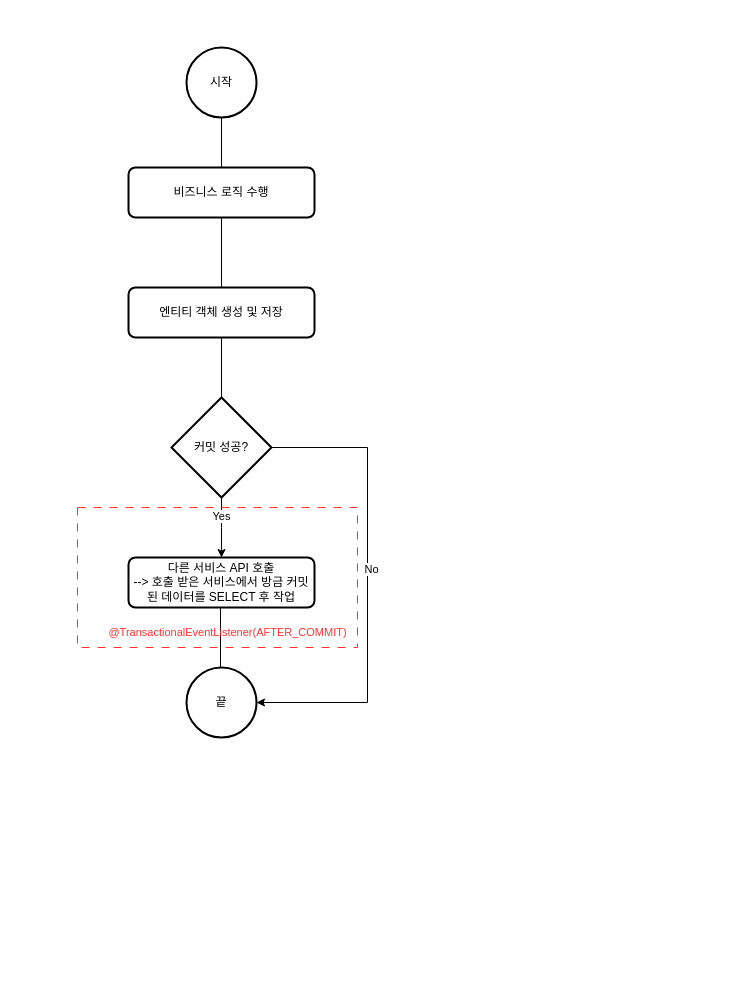
Above: transactional-event-listener.drawio in kindtiger95/drawio (draw.io), before the change. Source tidied: cells renumbered, new cells numbered last; positions are measured from the earlier drawing's top-left corner, leaving out a move shared by most shapes. Both pictures are drawn from the tidied source at 100%, with x=0, y=0 at pixel (77, 47).
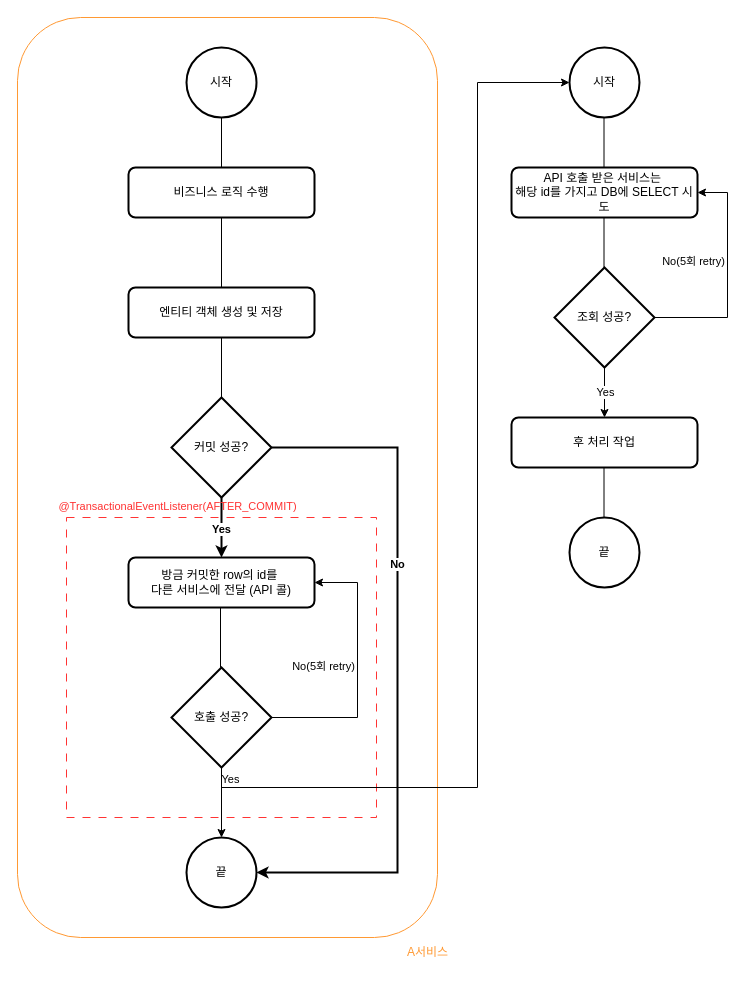
Above is the later version.

The change refers to these unchanged cells:
```xml
<mxCell id="10" value="커밋 성공?" style="strokeWidth=2;html=1;shape=mxgraph.flowchart.decision;whiteSpace=wrap;" parent="1" vertex="1">
  <mxGeometry x="94" y="350" width="100" height="100" as="geometry" />
</mxCell>
```

Change to the diagram source:
```diff
@@
+    <mxCell id="18" style="rounded=1;whiteSpace=wrap;html=1;fillColor=none;strokeColor=#FF9933;" parent="1" vertex="1">
+      <mxGeometry x="-60" y="-30" width="420" height="920" as="geometry" />
+    </mxCell>
+    <mxCell id="16" style="rounded=0;whiteSpace=wrap;html=1;fillColor=none;strokeColor=#FF3333;dashed=1;dashPattern=8 8;" parent="1" vertex="1">
+      <mxGeometry x="-11" y="470" width="310" height="300" as="geometry" />
+    </mxCell>
@@
     <mxCell id="5" value="끝" style="strokeWidth=2;html=1;shape=mxgraph.flowchart.start_2;whiteSpace=wrap;" parent="1" vertex="1">
-      <mxGeometry x="109" y="620" width="70" height="70" as="geometry" />
+      <mxGeometry x="492" y="470" width="70" height="70" as="geometry" />
     </mxCell>
@@
-    <mxCell id="8" style="edgeStyle=orthogonalEdgeStyle;rounded=0;jettySize=auto;html=1;exitX=0.5;exitY=1;exitDx=0;exitDy=0;exitPerimeter=0;" parent="1" edge="1" source="10">
+    <mxCell id="8" style="edgeStyle=orthogonalEdgeStyle;rounded=0;jettySize=auto;html=1;exitX=0.5;exitY=1;exitDx=0;exitDy=0;exitPerimeter=0;strokeWidth=2;" parent="1" edge="1" source="10">
       <mxGeometry relative="1" as="geometry">
         <mxPoint x="144" y="510" as="targetPoint" />
       </mxGeometry>
     </mxCell>
-    <mxCell id="9" value="Yes" style="edgeLabel;html=1;align=center;verticalAlign=middle;" parent="8" vertex="1">
-      <mxGeometry x="-0.41" y="-1" relative="1" as="geometry" />
+    <mxCell id="9" value="Yes" style="edgeLabel;html=1;align=center;verticalAlign=middle;fontStyle=1;" parent="8" vertex="1">
+      <mxGeometry x="-0.41" y="-1" relative="1" as="geometry">
+        <mxPoint y="13" as="offset" />
+      </mxGeometry>
     </mxCell>
@@
-    <mxCell id="12" value="다른 서비스 API 호출&lt;div&gt;--&amp;gt; 호출 받은 서비스에서 방금 커밋된 데이터를 SELECT 후 작업&lt;/div&gt;" style="rounded=1;whiteSpace=wrap;html=1;absoluteArcSize=1;arcSize=14;strokeWidth=2;" parent="1" vertex="1">
+    <mxCell id="12" value="방금 커밋한 row의 id를&amp;nbsp;&lt;div&gt;다른&amp;nbsp;&lt;span style=&quot;background-color: initial;&quot;&gt;서비스에 전달 (API 콜)&lt;/span&gt;&lt;/div&gt;" style="rounded=1;whiteSpace=wrap;html=1;absoluteArcSize=1;arcSize=14;strokeWidth=2;" parent="1" vertex="1">
       <mxGeometry x="51" y="510" width="186" height="50" as="geometry" />
     </mxCell>
-    <mxCell id="13" style="edgeStyle=orthogonalEdgeStyle;rounded=0;jettySize=auto;html=1;exitX=1;exitY=0.5;exitDx=0;exitDy=0;exitPerimeter=0;entryX=1;entryY=0.5;entryDx=0;entryDy=0;entryPerimeter=0;" parent="1" edge="1" source="10" target="5">
-      <mxGeometry relative="1" as="geometry">
-        <Array as="points">
-          <mxPoint x="290" y="400" />
-          <mxPoint x="290" y="655" />
-        </Array>
-      </mxGeometry>
-    </mxCell>
+    <mxCell id="15" style="endArrow=none;html=1;rounded=0;entryX=0.5;entryY=1;entryDx=0;entryDy=0;exitX=0.5;exitY=0;exitDx=0;exitDy=0;exitPerimeter=0;" parent="1" edge="1">
+      <mxGeometry relative="1" as="geometry">
+        <mxPoint x="143" y="620" as="sourcePoint" />
+        <mxPoint x="143" y="560" as="targetPoint" />
+      </mxGeometry>
+    </mxCell>
+    <mxCell id="19" value="API 호출 받은 서비스는&amp;nbsp;&lt;div&gt;해당 id를 가지고 DB에 SELECT 시도&lt;/div&gt;" style="rounded=1;whiteSpace=wrap;html=1;absoluteArcSize=1;arcSize=14;strokeWidth=2;" parent="1" vertex="1">
+      <mxGeometry x="434" y="120" width="186" height="50" as="geometry" />
+    </mxCell>
+    <mxCell id="20" style="edgeStyle=orthogonalEdgeStyle;rounded=0;jettySize=auto;html=1;exitX=1;exitY=0.5;exitDx=0;exitDy=0;exitPerimeter=0;entryX=1;entryY=0.5;entryDx=0;entryDy=0;" parent="1" edge="1" source="24" target="19">
+      <mxGeometry relative="1" as="geometry">
+        <Array as="points">
+          <mxPoint x="650" y="270" />
+          <mxPoint x="650" y="145" />
+        </Array>
+      </mxGeometry>
+    </mxCell>
+    <mxCell id="21" value="No(5회 retry)" style="edgeLabel;html=1;align=center;verticalAlign=middle;" parent="20" vertex="1">
+      <mxGeometry x="0.15" y="-6" relative="1" as="geometry">
+        <mxPoint x="-41" y="1" as="offset" />
+      </mxGeometry>
+    </mxCell>
+    <mxCell id="22" style="edgeStyle=orthogonalEdgeStyle;rounded=0;jettySize=auto;html=1;exitX=0.5;exitY=1;exitDx=0;exitDy=0;exitPerimeter=0;entryX=0.5;entryY=0;entryDx=0;entryDy=0;" parent="1" edge="1" source="24" target="25">
+      <mxGeometry relative="1" as="geometry" />
+    </mxCell>
+    <mxCell id="23" value="Yes" style="edgeLabel;html=1;align=center;verticalAlign=middle;" parent="22" vertex="1">
+      <mxGeometry x="-0.24" y="4" relative="1" as="geometry">
+        <mxPoint x="-4" y="5" as="offset" />
+      </mxGeometry>
+    </mxCell>
+    <mxCell id="24" value="조회 성공?" style="strokeWidth=2;html=1;shape=mxgraph.flowchart.decision;whiteSpace=wrap;" parent="1" vertex="1">
+      <mxGeometry x="477" y="220" width="100" height="100" as="geometry" />
+    </mxCell>
+    <mxCell id="25" value="후 처리 작업" style="rounded=1;whiteSpace=wrap;html=1;absoluteArcSize=1;arcSize=14;strokeWidth=2;" parent="1" vertex="1">
+      <mxGeometry x="434" y="370" width="186" height="50" as="geometry" />
+    </mxCell>
+    <mxCell id="26" value="끝" style="strokeWidth=2;html=1;shape=mxgraph.flowchart.start_2;whiteSpace=wrap;" parent="1" vertex="1">
+      <mxGeometry x="109" y="790" width="70" height="70" as="geometry" />
+    </mxCell>
+    <mxCell id="27" value="시작" style="strokeWidth=2;html=1;shape=mxgraph.flowchart.start_2;whiteSpace=wrap;" parent="1" vertex="1">
+      <mxGeometry x="492" width="70" height="70" as="geometry" />
+    </mxCell>
+    <mxCell id="28" style="edgeStyle=orthogonalEdgeStyle;rounded=0;jettySize=auto;html=1;exitX=1;exitY=0.5;exitDx=0;exitDy=0;exitPerimeter=0;entryX=1;entryY=0.5;entryDx=0;entryDy=0;" parent="1" edge="1" source="30" target="12">
+      <mxGeometry relative="1" as="geometry">
+        <Array as="points">
+          <mxPoint x="280" y="670" />
+          <mxPoint x="280" y="535" />
+        </Array>
+      </mxGeometry>
+    </mxCell>
+    <mxCell id="29" value="No(5회 retry)" style="edgeLabel;html=1;align=center;verticalAlign=middle;" parent="28" vertex="1">
+      <mxGeometry x="-0.46" y="3" relative="1" as="geometry">
+        <mxPoint x="-20" y="-49" as="offset" />
+      </mxGeometry>
+    </mxCell>
+    <mxCell id="30" value="호출 성공?" style="strokeWidth=2;html=1;shape=mxgraph.flowchart.decision;whiteSpace=wrap;" parent="1" vertex="1">
+      <mxGeometry x="94" y="620" width="100" height="100" as="geometry" />
+    </mxCell>
+    <mxCell id="31" style="edgeStyle=orthogonalEdgeStyle;rounded=0;jettySize=auto;html=1;exitX=0.5;exitY=1;exitDx=0;exitDy=0;exitPerimeter=0;entryX=0.5;entryY=0;entryDx=0;entryDy=0;entryPerimeter=0;" parent="1" edge="1" source="30" target="26">
+      <mxGeometry relative="1" as="geometry" />
+    </mxCell>
+    <mxCell id="32" value="Yes" style="edgeLabel;html=1;align=center;verticalAlign=middle;" parent="31" vertex="1">
+      <mxGeometry x="-0.2" y="2" relative="1" as="geometry">
+        <mxPoint x="6" y="-17" as="offset" />
+      </mxGeometry>
+    </mxCell>
+    <mxCell id="33" style="edgeStyle=orthogonalEdgeStyle;rounded=0;jettySize=auto;html=1;exitX=0.5;exitY=1;exitDx=0;exitDy=0;exitPerimeter=0;entryX=0;entryY=0.5;entryDx=0;entryDy=0;entryPerimeter=0;" parent="1" edge="1" source="30" target="27">
+      <mxGeometry relative="1" as="geometry">
+        <Array as="points">
+          <mxPoint x="144" y="740" />
+          <mxPoint x="400" y="740" />
+          <mxPoint x="400" y="35" />
+        </Array>
+      </mxGeometry>
+    </mxCell>
+    <mxCell id="34" style="endArrow=none;html=1;rounded=0;entryX=0.5;entryY=1;entryDx=0;entryDy=0;entryPerimeter=0;exitX=0.5;exitY=0;exitDx=0;exitDy=0;" parent="1" edge="1">
+      <mxGeometry relative="1" as="geometry">
+        <mxPoint x="526.5" y="120" as="sourcePoint" />
+        <mxPoint x="526.5" y="70" as="targetPoint" />
+      </mxGeometry>
+    </mxCell>
+    <mxCell id="35" style="endArrow=none;html=1;rounded=0;entryX=0.5;entryY=1;entryDx=0;entryDy=0;entryPerimeter=0;exitX=0.5;exitY=0;exitDx=0;exitDy=0;" parent="1" edge="1">
+      <mxGeometry relative="1" as="geometry">
+        <mxPoint x="526.5" y="220" as="sourcePoint" />
+        <mxPoint x="526.5" y="170" as="targetPoint" />
+      </mxGeometry>
+    </mxCell>
+    <mxCell id="36" style="endArrow=none;html=1;rounded=0;entryX=0.5;entryY=1;entryDx=0;entryDy=0;entryPerimeter=0;exitX=0.5;exitY=0;exitDx=0;exitDy=0;" parent="1" edge="1">
+      <mxGeometry relative="1" as="geometry">
+        <mxPoint x="526.5" y="470" as="sourcePoint" />
+        <mxPoint x="526.5" y="420" as="targetPoint" />
+      </mxGeometry>
+    </mxCell>
+    <mxCell id="37" value="&lt;font color=&quot;#ff9933&quot;&gt;A서비스&lt;/font&gt;" style="text;html=1;align=center;verticalAlign=middle;strokeColor=none;fillColor=none;" parent="1" vertex="1">
+      <mxGeometry x="320" y="890" width="60" height="30" as="geometry" />
+    </mxCell>
+    <mxCell id="38" style="edgeStyle=orthogonalEdgeStyle;rounded=0;jettySize=auto;html=1;exitX=1;exitY=0.5;exitDx=0;exitDy=0;exitPerimeter=0;entryX=1;entryY=0.5;entryDx=0;entryDy=0;entryPerimeter=0;strokeWidth=2;" parent="1" edge="1" source="10" target="26">
+      <mxGeometry relative="1" as="geometry">
+        <Array as="points">
+          <mxPoint x="320" y="400" />
+          <mxPoint x="320" y="825" />
+        </Array>
+      </mxGeometry>
+    </mxCell>
-    <mxCell id="14" value="No" style="edgeLabel;html=1;align=center;verticalAlign=middle;" parent="13" vertex="1">
-      <mxGeometry x="-0.06" y="3" relative="1" as="geometry" />
+    <mxCell id="14" value="&lt;b&gt;No&lt;/b&gt;" style="edgeLabel;html=1;align=center;verticalAlign=middle;" parent="38" vertex="1">
+      <mxGeometry x="-0.3" y="4" relative="1" as="geometry">
+        <mxPoint x="-5" as="offset" />
+      </mxGeometry>
     </mxCell>
-    <mxCell id="15" style="endArrow=none;html=1;rounded=0;entryX=0.5;entryY=1;entryDx=0;entryDy=0;exitX=0.5;exitY=0;exitDx=0;exitDy=0;exitPerimeter=0;" parent="1" edge="1">
-      <mxGeometry relative="1" as="geometry">
-        <mxPoint x="143" y="620" as="sourcePoint" />
-        <mxPoint x="143" y="560" as="targetPoint" />
-      </mxGeometry>
-    </mxCell>
-    <mxCell id="16" style="rounded=0;whiteSpace=wrap;html=1;fillColor=none;strokeColor=#FF3333;dashed=1;dashPattern=8 8;" parent="1" vertex="1">
-      <mxGeometry y="460" width="280" height="140" as="geometry" />
-    </mxCell>
     <mxCell id="17" value="@TransactionalEventListener(AFTER_COMMIT)" style="text;html=1;align=center;verticalAlign=middle;strokeColor=none;fillColor=none;fontSize=11;fontColor=#FF3333;" parent="1" vertex="1">
-      <mxGeometry x="20" y="570" width="260" height="30" as="geometry" />
+      <mxGeometry x="-30" y="444" width="260" height="30" as="geometry" />
     </mxCell>
```
